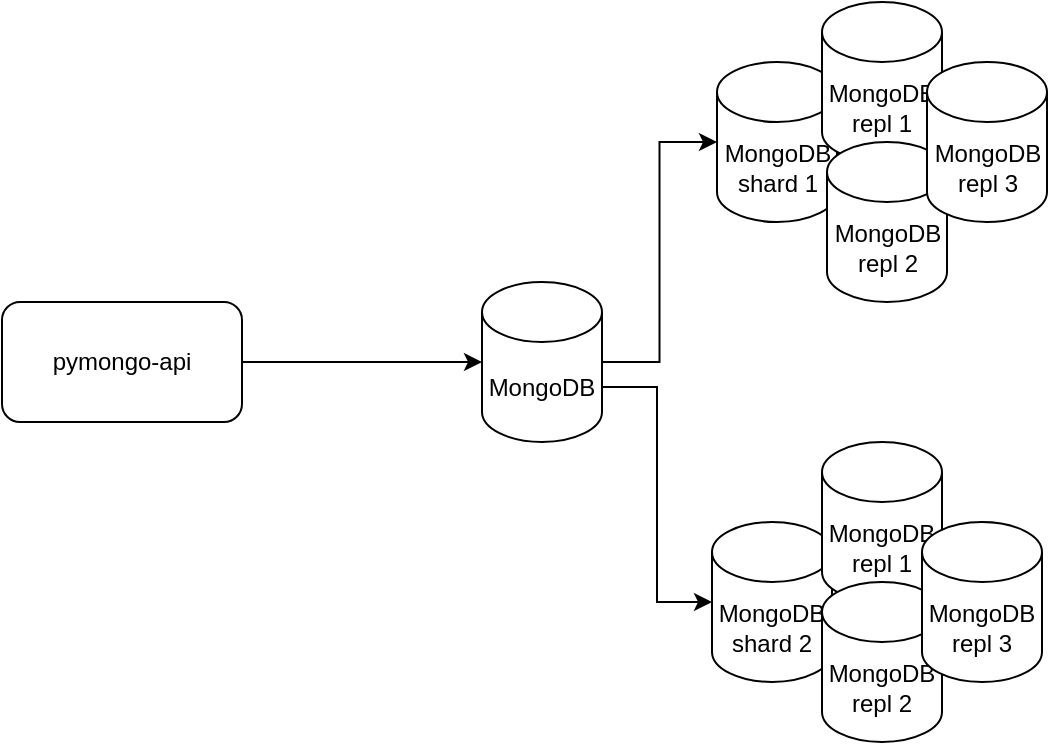
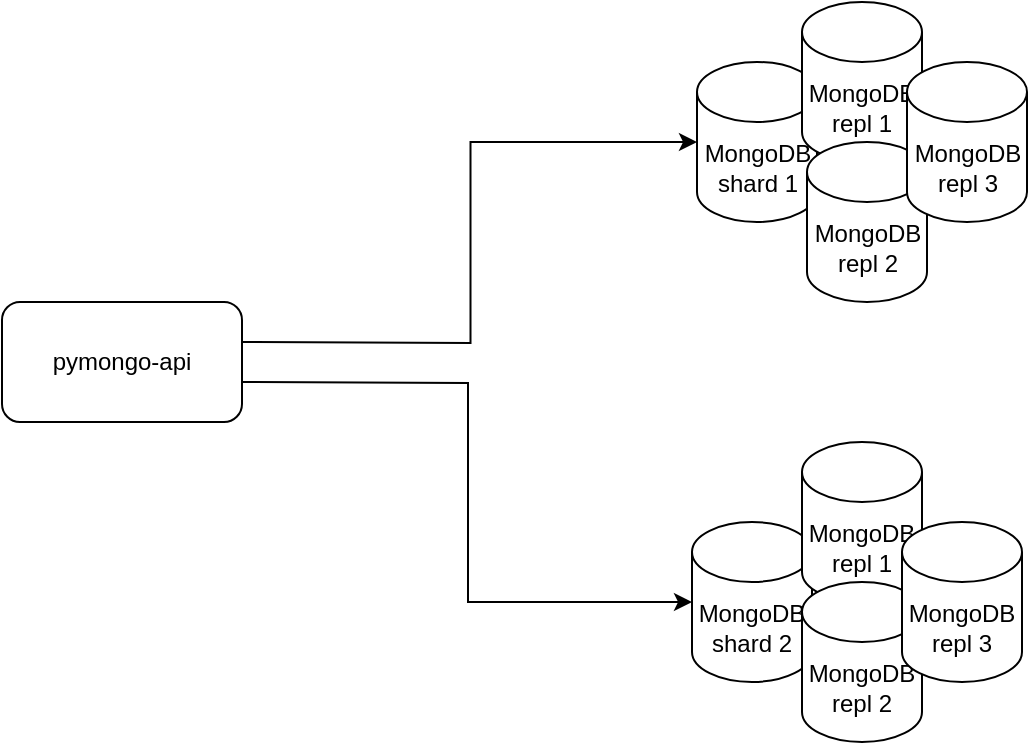
<mxfile host="Electron" agent="Mozilla/5.0 (Macintosh; Intel Mac OS X 10_15_7) AppleWebKit/537.36 (KHTML, like Gecko) draw.io/28.2.8 Chrome/140.0.7339.240 Electron/38.4.0 Safari/537.36" version="28.2.8">
  <diagram name="Page-1" id="w28-2V_SWKlNgjl2vCTb">
-     <mxGraphModel dx="1106" dy="645" grid="1" gridSize="10" guides="1" tooltips="1" connect="1" arrows="1" fold="1" page="1" pageScale="1" pageWidth="827" pageHeight="1169" math="0" shadow="0">
+     <mxGraphModel dx="970" dy="645" grid="1" gridSize="10" guides="1" tooltips="1" connect="1" arrows="1" fold="1" page="1" pageScale="1" pageWidth="827" pageHeight="1169" math="0" shadow="0">
      <root>
        <mxCell id="0" />
        <mxCell id="1" parent="0" />
-         <mxCell id="PWWpKRW6rTCKQrKSwKNH-1" value="MongoDB&lt;div&gt;shard 1&lt;/div&gt;" style="shape=cylinder3;whiteSpace=wrap;html=1;boundedLbl=1;backgroundOutline=1;size=15;" vertex="1" parent="1">
+         <mxCell id="PWWpKRW6rTCKQrKSwKNH-1" value="MongoDB&lt;div&gt;shard 1&lt;/div&gt;" style="shape=cylinder3;whiteSpace=wrap;html=1;boundedLbl=1;backgroundOutline=1;size=15;" parent="1" vertex="1">
          <mxGeometry x="477.5" y="190" width="60" height="80" as="geometry" />
        </mxCell>
-         <mxCell id="PWWpKRW6rTCKQrKSwKNH-2" value="pymongo-api" style="rounded=1;whiteSpace=wrap;html=1;" vertex="1" parent="1">
-           <mxGeometry x="120" y="310" width="120" height="60" as="geometry" />
+         <mxCell id="PWWpKRW6rTCKQrKSwKNH-2" value="pymongo-api" style="rounded=1;whiteSpace=wrap;html=1;" parent="1" vertex="1">
+           <mxGeometry x="130" y="310" width="120" height="60" as="geometry" />
        </mxCell>
-         <mxCell id="PWWpKRW6rTCKQrKSwKNH-3" style="edgeStyle=orthogonalEdgeStyle;rounded=0;orthogonalLoop=1;jettySize=auto;html=1;entryX=0;entryY=0.5;entryDx=0;entryDy=0;entryPerimeter=0;exitX=1;exitY=0.5;exitDx=0;exitDy=0;exitPerimeter=0;" edge="1" parent="1" source="PWWpKRW6rTCKQrKSwKNH-12" target="PWWpKRW6rTCKQrKSwKNH-1">
+         <mxCell id="PWWpKRW6rTCKQrKSwKNH-3" style="edgeStyle=orthogonalEdgeStyle;rounded=0;orthogonalLoop=1;jettySize=auto;html=1;entryX=0;entryY=0.5;entryDx=0;entryDy=0;entryPerimeter=0;" parent="1" target="PWWpKRW6rTCKQrKSwKNH-1" edge="1">
          <mxGeometry relative="1" as="geometry">
-             <mxPoint x="470" y="320" as="sourcePoint" />
+             <mxPoint x="250" y="330" as="sourcePoint" />
          </mxGeometry>
        </mxCell>
-         <mxCell id="PWWpKRW6rTCKQrKSwKNH-4" value="MongoDB&lt;div&gt;repl 1&lt;/div&gt;" style="shape=cylinder3;whiteSpace=wrap;html=1;boundedLbl=1;backgroundOutline=1;size=15;" vertex="1" parent="1">
+         <mxCell id="PWWpKRW6rTCKQrKSwKNH-4" value="MongoDB&lt;div&gt;repl 1&lt;/div&gt;" style="shape=cylinder3;whiteSpace=wrap;html=1;boundedLbl=1;backgroundOutline=1;size=15;" parent="1" vertex="1">
          <mxGeometry x="530" y="160" width="60" height="80" as="geometry" />
        </mxCell>
-         <mxCell id="PWWpKRW6rTCKQrKSwKNH-5" value="MongoDB&lt;br&gt;&lt;div&gt;&lt;span style=&quot;background-color: transparent; color: light-dark(rgb(0, 0, 0), rgb(255, 255, 255));&quot;&gt;repl&lt;/span&gt;&amp;nbsp;2&lt;/div&gt;" style="shape=cylinder3;whiteSpace=wrap;html=1;boundedLbl=1;backgroundOutline=1;size=15;" vertex="1" parent="1">
+         <mxCell id="PWWpKRW6rTCKQrKSwKNH-5" value="MongoDB&lt;br&gt;&lt;div&gt;&lt;span style=&quot;background-color: transparent; color: light-dark(rgb(0, 0, 0), rgb(255, 255, 255));&quot;&gt;repl&lt;/span&gt;&amp;nbsp;2&lt;/div&gt;" style="shape=cylinder3;whiteSpace=wrap;html=1;boundedLbl=1;backgroundOutline=1;size=15;" parent="1" vertex="1">
          <mxGeometry x="532.5" y="230" width="60" height="80" as="geometry" />
        </mxCell>
-         <mxCell id="PWWpKRW6rTCKQrKSwKNH-6" value="MongoDB&lt;div&gt;shard 2&lt;/div&gt;" style="shape=cylinder3;whiteSpace=wrap;html=1;boundedLbl=1;backgroundOutline=1;size=15;" vertex="1" parent="1">
+         <mxCell id="PWWpKRW6rTCKQrKSwKNH-6" value="MongoDB&lt;div&gt;shard 2&lt;/div&gt;" style="shape=cylinder3;whiteSpace=wrap;html=1;boundedLbl=1;backgroundOutline=1;size=15;" parent="1" vertex="1">
          <mxGeometry x="475" y="420" width="60" height="80" as="geometry" />
        </mxCell>
-         <mxCell id="PWWpKRW6rTCKQrKSwKNH-7" style="edgeStyle=orthogonalEdgeStyle;rounded=0;orthogonalLoop=1;jettySize=auto;html=1;exitX=1;exitY=0;exitDx=0;exitDy=52.5;entryX=0;entryY=0.5;entryDx=0;entryDy=0;entryPerimeter=0;exitPerimeter=0;" edge="1" parent="1" source="PWWpKRW6rTCKQrKSwKNH-12" target="PWWpKRW6rTCKQrKSwKNH-6">
+         <mxCell id="PWWpKRW6rTCKQrKSwKNH-7" style="edgeStyle=orthogonalEdgeStyle;rounded=0;orthogonalLoop=1;jettySize=auto;html=1;entryX=0;entryY=0.5;entryDx=0;entryDy=0;entryPerimeter=0;" parent="1" target="PWWpKRW6rTCKQrKSwKNH-6" edge="1">
          <mxGeometry relative="1" as="geometry">
-             <mxPoint x="385" y="460" as="sourcePoint" />
+             <mxPoint x="250" y="350" as="sourcePoint" />
          </mxGeometry>
        </mxCell>
-         <mxCell id="PWWpKRW6rTCKQrKSwKNH-8" value="MongoDB&lt;br&gt;&lt;div&gt;&lt;span style=&quot;background-color: transparent; color: light-dark(rgb(0, 0, 0), rgb(255, 255, 255));&quot;&gt;repl&lt;/span&gt;&amp;nbsp;1&lt;/div&gt;" style="shape=cylinder3;whiteSpace=wrap;html=1;boundedLbl=1;backgroundOutline=1;size=15;" vertex="1" parent="1">
+         <mxCell id="PWWpKRW6rTCKQrKSwKNH-8" value="MongoDB&lt;br&gt;&lt;div&gt;&lt;span style=&quot;background-color: transparent; color: light-dark(rgb(0, 0, 0), rgb(255, 255, 255));&quot;&gt;repl&lt;/span&gt;&amp;nbsp;1&lt;/div&gt;" style="shape=cylinder3;whiteSpace=wrap;html=1;boundedLbl=1;backgroundOutline=1;size=15;" parent="1" vertex="1">
          <mxGeometry x="530" y="380" width="60" height="80" as="geometry" />
        </mxCell>
-         <mxCell id="PWWpKRW6rTCKQrKSwKNH-9" value="MongoDB&lt;br&gt;&lt;div&gt;&lt;span style=&quot;background-color: transparent; color: light-dark(rgb(0, 0, 0), rgb(255, 255, 255));&quot;&gt;repl&lt;/span&gt;&amp;nbsp;2&lt;/div&gt;" style="shape=cylinder3;whiteSpace=wrap;html=1;boundedLbl=1;backgroundOutline=1;size=15;" vertex="1" parent="1">
+         <mxCell id="PWWpKRW6rTCKQrKSwKNH-9" value="MongoDB&lt;br&gt;&lt;div&gt;&lt;span style=&quot;background-color: transparent; color: light-dark(rgb(0, 0, 0), rgb(255, 255, 255));&quot;&gt;repl&lt;/span&gt;&amp;nbsp;2&lt;/div&gt;" style="shape=cylinder3;whiteSpace=wrap;html=1;boundedLbl=1;backgroundOutline=1;size=15;" parent="1" vertex="1">
          <mxGeometry x="530" y="450" width="60" height="80" as="geometry" />
        </mxCell>
-         <mxCell id="PWWpKRW6rTCKQrKSwKNH-10" value="MongoDB&lt;br&gt;&lt;div&gt;&lt;span style=&quot;background-color: transparent; color: light-dark(rgb(0, 0, 0), rgb(255, 255, 255));&quot;&gt;repl&lt;/span&gt;&amp;nbsp;3&lt;/div&gt;" style="shape=cylinder3;whiteSpace=wrap;html=1;boundedLbl=1;backgroundOutline=1;size=15;" vertex="1" parent="1">
+         <mxCell id="PWWpKRW6rTCKQrKSwKNH-10" value="MongoDB&lt;br&gt;&lt;div&gt;&lt;span style=&quot;background-color: transparent; color: light-dark(rgb(0, 0, 0), rgb(255, 255, 255));&quot;&gt;repl&lt;/span&gt;&amp;nbsp;3&lt;/div&gt;" style="shape=cylinder3;whiteSpace=wrap;html=1;boundedLbl=1;backgroundOutline=1;size=15;" parent="1" vertex="1">
          <mxGeometry x="582.5" y="190" width="60" height="80" as="geometry" />
        </mxCell>
-         <mxCell id="PWWpKRW6rTCKQrKSwKNH-11" value="MongoDB&lt;br&gt;&lt;div&gt;&lt;span style=&quot;background-color: transparent; color: light-dark(rgb(0, 0, 0), rgb(255, 255, 255));&quot;&gt;repl&lt;/span&gt;&amp;nbsp;3&lt;/div&gt;" style="shape=cylinder3;whiteSpace=wrap;html=1;boundedLbl=1;backgroundOutline=1;size=15;" vertex="1" parent="1">
+         <mxCell id="PWWpKRW6rTCKQrKSwKNH-11" value="MongoDB&lt;br&gt;&lt;div&gt;&lt;span style=&quot;background-color: transparent; color: light-dark(rgb(0, 0, 0), rgb(255, 255, 255));&quot;&gt;repl&lt;/span&gt;&amp;nbsp;3&lt;/div&gt;" style="shape=cylinder3;whiteSpace=wrap;html=1;boundedLbl=1;backgroundOutline=1;size=15;" parent="1" vertex="1">
          <mxGeometry x="580" y="420" width="60" height="80" as="geometry" />
-         </mxCell>
-         <mxCell id="PWWpKRW6rTCKQrKSwKNH-12" value="MongoDB" style="shape=cylinder3;whiteSpace=wrap;html=1;boundedLbl=1;backgroundOutline=1;size=15;" vertex="1" parent="1">
-           <mxGeometry x="360" y="300" width="60" height="80" as="geometry" />
-         </mxCell>
-         <mxCell id="PWWpKRW6rTCKQrKSwKNH-13" value="" style="endArrow=classic;html=1;rounded=0;exitX=1;exitY=0.5;exitDx=0;exitDy=0;entryX=0;entryY=0.5;entryDx=0;entryDy=0;entryPerimeter=0;" edge="1" parent="1" source="PWWpKRW6rTCKQrKSwKNH-2" target="PWWpKRW6rTCKQrKSwKNH-12">
-           <mxGeometry width="50" height="50" relative="1" as="geometry">
-             <mxPoint x="290" y="300" as="sourcePoint" />
-             <mxPoint x="340" y="250" as="targetPoint" />
-           </mxGeometry>
        </mxCell>
      </root>
    </mxGraphModel>
  </diagram>
</mxfile>
